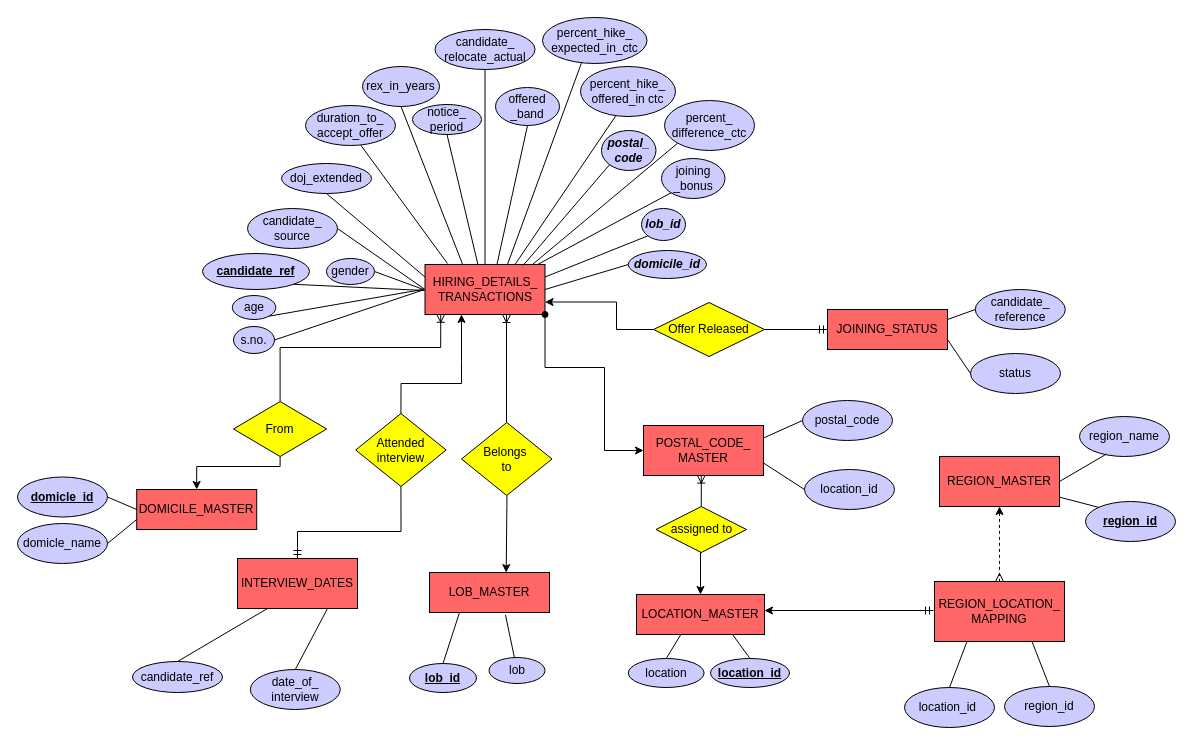
Above: Untitled Diagram.drawio in gsrRogers/VatsDeloitte (draw.io), before the change. Source tidied: cells renumbered, new cells numbered last; positions are measured from the earlier drawing's top-left corner, leaving out a move shared by most shapes. Both pictures are drawn from the tidied source at 100%, with x=0, y=0 at pixel (17, 17).
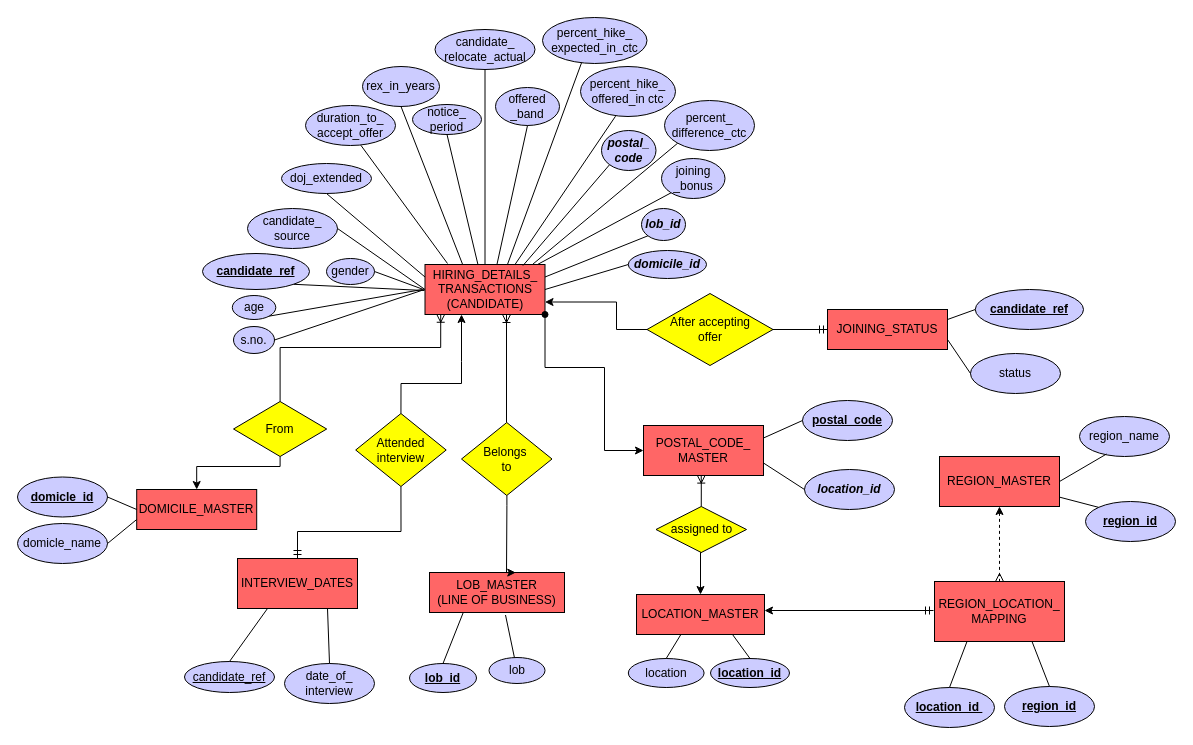
Above is the later version.

Diff of the diagram source:
```diff
@@
-    <mxCell id="2" value="HIRING_DETAILS_&lt;br&gt;TRANSACTIONS" style="rounded=0;whiteSpace=wrap;html=1;fillColor=#FF6666;" parent="1" vertex="1">
+    <mxCell id="2" value="HIRING_DETAILS_&lt;br&gt;TRANSACTIONS (CANDIDATE)" style="rounded=0;whiteSpace=wrap;html=1;fillColor=#FF6666;" parent="1" vertex="1">
       <mxGeometry x="407.5" y="247" width="120" height="50" as="geometry" />
     </mxCell>
@@
-    <mxCell id="10" value="LOB_MASTER" style="rounded=0;whiteSpace=wrap;html=1;fillColor=#FF6666;" parent="1" vertex="1">
-      <mxGeometry x="412" y="555" width="120" height="40" as="geometry" />
+    <mxCell id="10" value="LOB_MASTER&lt;br&gt;(LINE OF BUSINESS)" style="rounded=0;whiteSpace=wrap;html=1;fillColor=#FF6666;" parent="1" vertex="1">
+      <mxGeometry x="412" y="555" width="135" height="40" as="geometry" />
     </mxCell>
@@
-    <mxCell id="29" value="candidate_ref" style="ellipse;whiteSpace=wrap;html=1;fillColor=#CCCCFF;" parent="1" vertex="1">
-      <mxGeometry x="115" y="644" width="90" height="31" as="geometry" />
+    <mxCell id="29" value="&lt;u&gt;candidate_ref&lt;/u&gt;" style="ellipse;whiteSpace=wrap;html=1;fillColor=#CCCCFF;" parent="1" vertex="1">
+      <mxGeometry x="167" y="644" width="90" height="31" as="geometry" />
     </mxCell>
     <mxCell id="30" value="date_of_&lt;br&gt;interview" style="ellipse;whiteSpace=wrap;html=1;fillColor=#CCCCFF;" parent="1" vertex="1">
-      <mxGeometry x="232.8" y="652" width="90" height="40" as="geometry" />
+      <mxGeometry x="267" y="646" width="90" height="40" as="geometry" />
     </mxCell>
@@
-    <mxCell id="37" value="location_id&amp;nbsp;" style="ellipse;whiteSpace=wrap;html=1;fillColor=#CCCCFF;" parent="1" vertex="1">
+    <mxCell id="37" value="&lt;b&gt;&lt;u&gt;location_id&amp;nbsp;&lt;/u&gt;&lt;/b&gt;" style="ellipse;whiteSpace=wrap;html=1;fillColor=#CCCCFF;" parent="1" vertex="1">
       <mxGeometry x="887" y="670" width="90" height="40" as="geometry" />
     </mxCell>
-    <mxCell id="38" value="region_id" style="ellipse;whiteSpace=wrap;html=1;fillColor=#CCCCFF;" parent="1" vertex="1">
+    <mxCell id="38" value="&lt;u&gt;&lt;b&gt;region_id&lt;/b&gt;&lt;/u&gt;" style="ellipse;whiteSpace=wrap;html=1;fillColor=#CCCCFF;" parent="1" vertex="1">
       <mxGeometry x="987" y="669" width="90" height="40" as="geometry" />
     </mxCell>
@@
-    <mxCell id="41" value="location_id" style="ellipse;whiteSpace=wrap;html=1;fillColor=#CCCCFF;" parent="1" vertex="1">
+    <mxCell id="41" value="&lt;b&gt;&lt;i&gt;location_id&lt;/i&gt;&lt;/b&gt;" style="ellipse;whiteSpace=wrap;html=1;fillColor=#CCCCFF;" parent="1" vertex="1">
       <mxGeometry x="787" y="452" width="90" height="40" as="geometry" />
     </mxCell>
-    <mxCell id="42" value="postal_code" style="ellipse;whiteSpace=wrap;html=1;fillColor=#CCCCFF;" parent="1" vertex="1">
+    <mxCell id="42" value="&lt;b&gt;&lt;u&gt;postal_code&lt;/u&gt;&lt;/b&gt;" style="ellipse;whiteSpace=wrap;html=1;fillColor=#CCCCFF;" parent="1" vertex="1">
       <mxGeometry x="785" y="383" width="90" height="40" as="geometry" />
     </mxCell>
-    <mxCell id="43" value="candidate_&lt;br&gt;reference" style="ellipse;whiteSpace=wrap;html=1;fillColor=#CCCCFF;" parent="1" vertex="1">
-      <mxGeometry x="957.8" y="272" width="90" height="40" as="geometry" />
+    <mxCell id="43" value="&lt;b&gt;&lt;u&gt;candidate_ref&lt;/u&gt;&lt;/b&gt;" style="ellipse;whiteSpace=wrap;html=1;fillColor=#CCCCFF;" parent="1" vertex="1">
+      <mxGeometry x="957.8" y="272" width="108.2" height="40" as="geometry" />
     </mxCell>
@@
-    <mxCell id="82" value="Offer Released" style="rhombus;whiteSpace=wrap;html=1;fillColor=#FFFF00;" parent="1" vertex="1">
-      <mxGeometry x="636" y="285" width="111" height="54" as="geometry" />
+    <mxCell id="82" value="After accepting &lt;br&gt;offer" style="rhombus;whiteSpace=wrap;html=1;fillColor=#FFFF00;" parent="1" vertex="1">
+      <mxGeometry x="629.5" y="276" width="126" height="72" as="geometry" />
     </mxCell>
```
